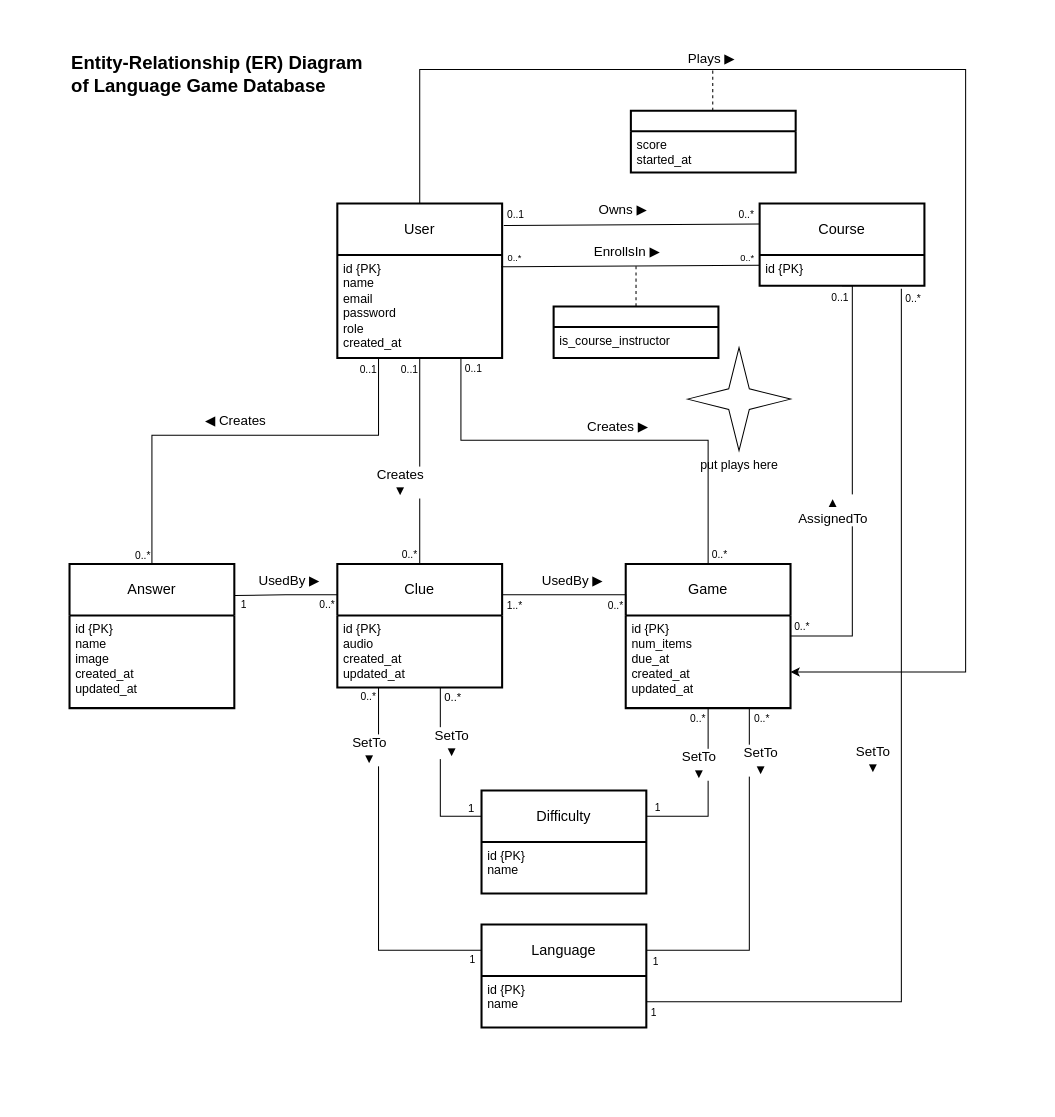
Earlier version of the draw.io diagram docs/system-design/db-design/ER-diagram.drawio (COSC-499-W2026/capstone-project-team-9). Source tidied: cells renumbered, new cells numbered last; positions are measured from the earlier drawing's top-left corner, leaving out a move shared by most shapes. Both pictures are drawn from the tidied source at 103%, with x=0, y=0 at pixel (18, 18).
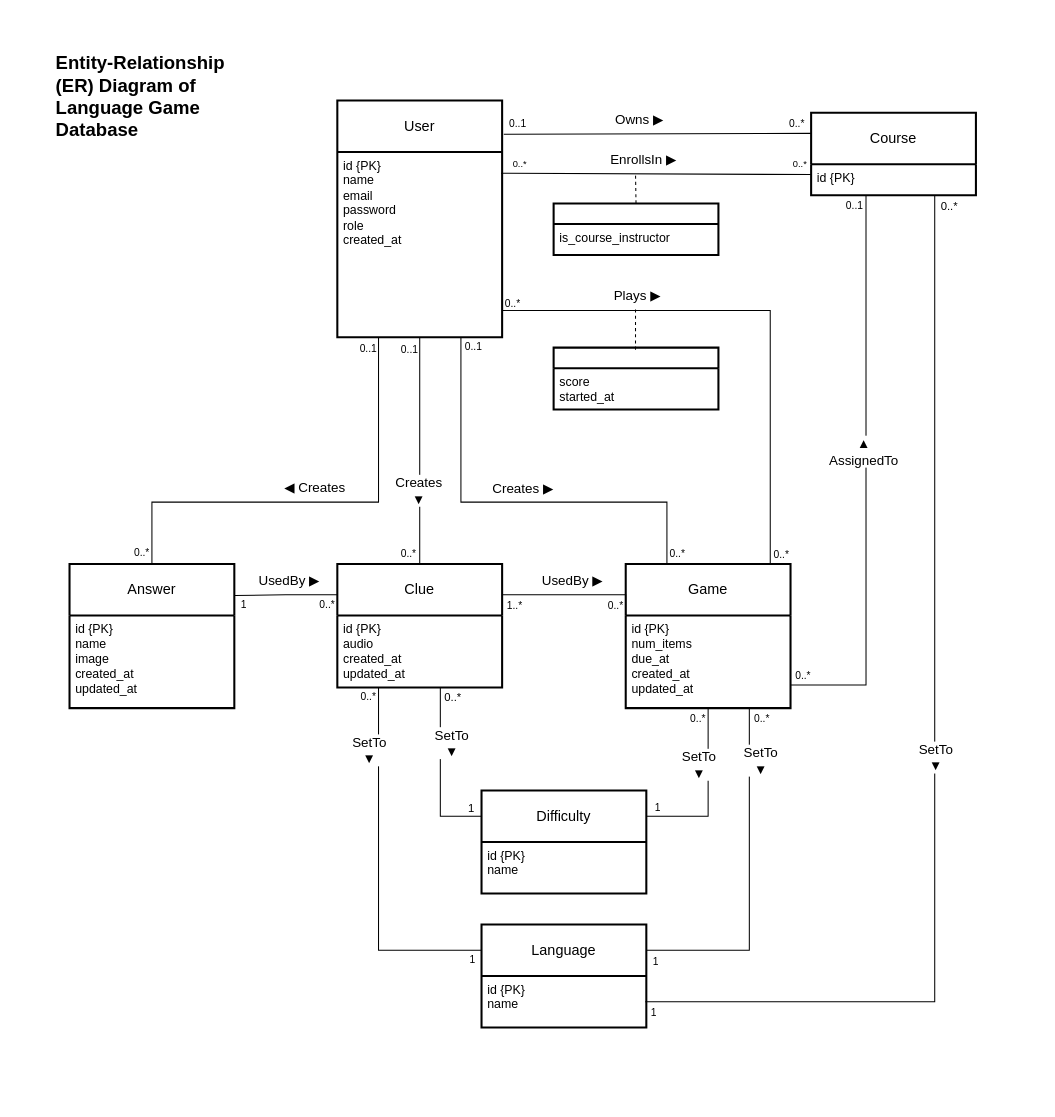
After the change.

Commit message:
Rearrange ER diagram to fit 'Plays' relationship in better

The change refers to these unchanged cells:
```xml
<mxCell id="3" style="edgeStyle=orthogonalEdgeStyle;rounded=0;jettySize=auto;html=1;exitX=0.5;exitY=1;exitDx=0;exitDy=0;entryX=0.5;entryY=0;entryDx=0;entryDy=0;libavoidRouting=1;endArrow=none;endFill=0;" parent="1" edge="1" source="9" target="19">
  <mxGeometry relative="1" as="geometry" />
</mxCell>
<mxCell id="12" value="id {PK}&lt;div&gt;&lt;br&gt;&lt;/div&gt;" style="align=left;strokeColor=none;fillColor=none;spacingLeft=4;spacingRight=4;fontSize=12;verticalAlign=top;html=1;whiteSpace=wrap;rounded=0;" parent="11" vertex="1">
  <mxGeometry y="50" width="160" height="30" as="geometry" />
</mxCell>
<mxCell id="13" value="Language" style="swimlane;horizontal=1;startSize=50;rounded=0;fontSize=14;fontStyle=0;strokeWidth=2;shadow=0;dashed=0;align=center;arcSize=4;whiteSpace=wrap;html=1;" parent="1" vertex="1">
  <mxGeometry x="450" y="880" width="160" height="100" as="geometry" />
</mxCell>
<mxCell id="17" value="Answer" style="swimlane;horizontal=1;startSize=50;rounded=0;fontSize=14;fontStyle=0;strokeWidth=2;shadow=0;dashed=0;align=center;arcSize=4;whiteSpace=wrap;html=1;" parent="1" vertex="1">
  <mxGeometry x="50" y="530" width="160" height="140" as="geometry" />
</mxCell>
<mxCell id="22" value="id {PK}&lt;div&gt;num_items&lt;br&gt;due_at&lt;/div&gt;&lt;div&gt;created_at&lt;/div&gt;&lt;div&gt;updated_at&lt;/div&gt;" style="align=left;strokeColor=none;fillColor=light-dark(transparent,#1A1A1A);spacingLeft=4;spacingRight=4;fontSize=12;verticalAlign=top;html=1;whiteSpace=wrap;rounded=0;" parent="21" vertex="1">
  <mxGeometry y="50" width="160" height="90" as="geometry" />
</mxCell>
<mxCell id="23" style="endArrow=none;html=1;rounded=0;exitX=0.993;exitY=0.115;exitDx=0;exitDy=0;entryX=0;entryY=0.75;entryDx=0;entryDy=0;exitPerimeter=0;" parent="1" edge="1" source="10" target="11">
  <mxGeometry relative="1" as="geometry" />
</mxCell>
<mxCell id="30" style="endArrow=none;html=1;rounded=0;exitX=1.01;exitY=0.143;exitDx=0;exitDy=0;entryX=0;entryY=0.25;entryDx=0;entryDy=0;exitPerimeter=0;" parent="1" edge="1" source="9" target="11">
  <mxGeometry relative="1" as="geometry" />
</mxCell>
```

What changed in the source:
```diff
@@
     <mxCell id="4" value="Creates&lt;div&gt;&lt;div&gt;▼&lt;/div&gt;&lt;/div&gt;" style="edgeLabel;html=1;align=center;verticalAlign=middle;fontSize=13;rounded=0;" parent="3" vertex="1">
       <mxGeometry x="-0.2" y="-1" relative="1" as="geometry">
-        <mxPoint x="-19" y="40" as="offset" />
+        <mxPoint x="-1" y="60" as="offset" />
       </mxGeometry>
     </mxCell>
@@
     <mxCell id="6" value="0..*" style="edgeLabel;html=1;align=center;verticalAlign=middle;fontSize=10;" parent="3" vertex="1">
       <mxGeometry x="-0.93" y="-1" relative="1" as="geometry">
-        <mxPoint x="-10" y="183" as="offset" />
+        <mxPoint x="-11" y="201" as="offset" />
       </mxGeometry>
     </mxCell>
-    <mxCell id="7" style="edgeStyle=orthogonalEdgeStyle;rounded=0;jettySize=auto;html=1;exitX=0.5;exitY=0;exitDx=0;exitDy=0;entryX=1;entryY=0.75;entryDx=0;entryDy=0;" parent="1" edge="1" source="9" target="21">
-      <mxGeometry x="0.21" relative="1" as="geometry">
+    <mxCell id="7" style="edgeStyle=orthogonalEdgeStyle;rounded=0;jettySize=auto;html=1;endArrow=none;endFill=0;libavoidRouting=1;exitX=1.002;exitY=0.855;exitDx=0;exitDy=0;exitPerimeter=0;entryX=0.877;entryY=-0.004;entryDx=0;entryDy=0;entryPerimeter=0;" parent="1" edge="1" source="10" target="21">
+      <mxGeometry x="0.34" relative="1" as="geometry">
         <Array as="points">
-          <mxPoint x="390" y="50" />
-          <mxPoint x="920" y="50" />
-          <mxPoint x="920" y="635" />
+          <mxPoint x="730.3" y="283.9" />
         </Array>
       </mxGeometry>
     </mxCell>
     <mxCell id="8" value="Plays ▶" style="edgeLabel;html=1;align=center;verticalAlign=middle;fontSize=13;" parent="7" vertex="1">
-      <mxGeometry x="-0.53" y="1" relative="1" as="geometry">
-        <mxPoint x="79" y="-11" as="offset" />
+      <mxGeometry x="0.18" y="1" relative="1" as="geometry">
+        <mxPoint x="-131" y="-53" as="offset" />
       </mxGeometry>
     </mxCell>
+    <mxCell id="79" value="0..*" style="edgeLabel;html=1;align=center;verticalAlign=middle;fontSize=10;" parent="7" vertex="1">
+      <mxGeometry x="-0.94" y="1" relative="1" as="geometry">
+        <mxPoint x="-6" y="-6" as="offset" />
+      </mxGeometry>
+    </mxCell>
+    <mxCell id="80" value="0..*" style="edgeLabel;html=1;align=center;verticalAlign=middle;fontSize=10;" parent="7" vertex="1">
+      <mxGeometry x="0.86" y="1" relative="1" as="geometry">
+        <mxPoint x="9" y="27" as="offset" />
+      </mxGeometry>
+    </mxCell>
     <mxCell id="9" value="User" style="swimlane;horizontal=1;startSize=50;rounded=0;fontSize=14;fontStyle=0;strokeWidth=2;shadow=0;dashed=0;align=center;arcSize=4;whiteSpace=wrap;html=1;" parent="1" vertex="1">
-      <mxGeometry x="310" y="180" width="160" height="150" as="geometry" />
+      <mxGeometry x="310" y="80" width="160" height="230" as="geometry" />
     </mxCell>
     <mxCell id="10" value="id {PK}&lt;br&gt;name&lt;br&gt;email&lt;div&gt;password&lt;br&gt;role&lt;/div&gt;&lt;div&gt;created_at&lt;/div&gt;" style="align=left;strokeColor=none;fillColor=none;spacingLeft=4;spacingRight=4;fontSize=12;verticalAlign=top;html=1;whiteSpace=wrap;rounded=0;" parent="9" vertex="1">
-      <mxGeometry y="50" width="160" height="100" as="geometry" />
+      <mxGeometry y="50" width="160" height="180" as="geometry" />
     </mxCell>
     <mxCell id="11" value="Course" style="swimlane;horizontal=1;startSize=50;rounded=0;fontSize=14;fontStyle=0;strokeWidth=2;shadow=0;dashed=0;align=center;arcSize=4;whiteSpace=wrap;html=1;" parent="1" vertex="1">
-      <mxGeometry x="720" y="180" width="160" height="80" as="geometry" />
+      <mxGeometry x="770" y="92" width="160" height="80" as="geometry" />
     </mxCell>
@@
-    <mxCell id="21" value="Game" style="swimlane;horizontal=1;startSize=50;rounded=0;fontSize=14;fontStyle=0;strokeWidth=2;shadow=0;dashed=0;align=center;arcSize=4;whiteSpace=wrap;html=1;" parent="1" vertex="1">
+    <mxCell id="21" value="Game" style="swimlane;horizontal=1;startSize=50;rounded=0;fontSize=14;fontStyle=0;strokeWidth=2;shadow=0;dashed=0;align=center;arcSize=4;whiteSpace=wrap;html=1;strokeColor=default;" parent="1" vertex="1">
       <mxGeometry x="590" y="530" width="160" height="140" as="geometry" />
     </mxCell>
@@
     <mxCell id="26" value="&lt;span style=&quot;font-size: 9px;&quot;&gt;0..*&lt;/span&gt;" style="edgeLabel;html=1;align=center;verticalAlign=middle;fontSize=10;" parent="23" vertex="1">
       <mxGeometry x="-0.81" relative="1" as="geometry">
-        <mxPoint x="215" y="-10" as="offset" />
+        <mxPoint x="261" y="-10" as="offset" />
       </mxGeometry>
     </mxCell>
-    <mxCell id="27" style="edgeStyle=orthogonalEdgeStyle;rounded=0;jettySize=auto;html=1;startArrow=none;startFill=0;endArrow=none;endFill=0;dashed=1;exitX=0.5;exitY=0;exitDx=0;exitDy=0;" parent="1" edge="1" source="28">
-      <mxGeometry relative="1" as="geometry">
-        <mxPoint x="600" y="240" as="targetPoint" />
-        <Array as="points">
-          <mxPoint x="600" y="240" />
-        </Array>
+    <mxCell id="27" style="edgeStyle=orthogonalEdgeStyle;rounded=0;jettySize=auto;html=1;startArrow=none;startFill=0;endArrow=none;endFill=0;dashed=1;exitX=0.5;exitY=0;exitDx=0;exitDy=0;startSize=6;" parent="1" edge="1" source="28">
+      <mxGeometry x="-0.47" relative="1" as="geometry">
+        <mxPoint x="599.5" y="150" as="targetPoint" />
       </mxGeometry>
     </mxCell>
     <mxCell id="28" style="swimlane;horizontal=1;startSize=20;rounded=0;fontSize=14;fontStyle=0;strokeWidth=2;shadow=0;dashed=0;align=center;arcSize=4;whiteSpace=wrap;html=1;" parent="1" vertex="1">
-      <mxGeometry x="520" y="280" width="160" height="50" as="geometry" />
+      <mxGeometry x="520" y="180" width="160" height="50" as="geometry" />
     </mxCell>
@@
     <mxCell id="33" value="0..*" style="edgeLabel;html=1;align=center;verticalAlign=middle;fontSize=10;" parent="30" vertex="1">
       <mxGeometry x="-0.91" relative="1" as="geometry">
-        <mxPoint x="224" y="-11" as="offset" />
+        <mxPoint x="271" y="-11" as="offset" />
       </mxGeometry>
     </mxCell>
-    <mxCell id="34" style="endArrow=none;html=1;rounded=0;entryX=1;entryY=0.75;entryDx=0;entryDy=0;edgeStyle=orthogonalEdgeStyle;libavoidRouting=1;exitX=0.86;exitY=1.091;exitDx=0;exitDy=0;exitPerimeter=0;" parent="1" edge="1" source="12" target="13">
-      <mxGeometry relative="1" as="geometry">
+    <mxCell id="34" style="endArrow=none;html=1;rounded=0;entryX=1;entryY=0.75;entryDx=0;entryDy=0;edgeStyle=orthogonalEdgeStyle;libavoidRouting=1;exitX=0.75;exitY=1;exitDx=0;exitDy=0;" parent="1" edge="1" source="11">
+      <mxGeometry x="0.01" relative="1" as="geometry">
+        <mxPoint x="609" y="955" as="targetPoint" />
         <Array as="points">
-          <mxPoint x="858" y="955" />
+          <mxPoint x="890" y="955" />
         </Array>
       </mxGeometry>
     </mxCell>
     <mxCell id="35" value="SetTo&lt;br&gt;▼" style="edgeLabel;html=1;align=center;verticalAlign=middle;fontSize=13;rounded=0;" parent="34" vertex="1">
-      <mxGeometry x="-0.35" y="-2" relative="1" as="geometry">
-        <mxPoint x="-26" y="152" as="offset" />
+      <mxGeometry x="-0.34" y="-2" relative="1" as="geometry">
+        <mxPoint x="2" y="194" as="offset" />
       </mxGeometry>
     </mxCell>
@@
-    <mxCell id="37" value="0..*" style="edgeLabel;html=1;align=center;verticalAlign=middle;fontSize=10;" parent="34" vertex="1">
-      <mxGeometry x="0.99" y="2" relative="1" as="geometry">
-        <mxPoint x="254" y="-686" as="offset" />
-      </mxGeometry>
-    </mxCell>
+    <mxCell id="81" value="0..*" style="edgeLabel;html=1;align=center;verticalAlign=middle;" parent="34" vertex="1">
+      <mxGeometry x="-0.94" y="2" relative="1" as="geometry">
+        <mxPoint x="11" y="-22" as="offset" />
+      </mxGeometry>
+    </mxCell>
@@
     <mxCell id="54" style="edgeStyle=orthogonalEdgeStyle;rounded=0;jettySize=auto;html=1;exitX=0.25;exitY=1;exitDx=0;exitDy=0;entryX=0.5;entryY=0;entryDx=0;entryDy=0;endArrow=none;endFill=0;" parent="1" edge="1" source="9" target="17">
       <mxGeometry relative="1" as="geometry">
         <Array as="points">
-          <mxPoint x="350" y="405" />
-          <mxPoint x="130" y="405" />
+          <mxPoint x="350" y="470" />
+          <mxPoint x="130" y="470" />
         </Array>
       </mxGeometry>
     </mxCell>
@@
     <mxCell id="57" value="0..*" style="edgeLabel;html=1;align=center;verticalAlign=middle;fontSize=10;" parent="54" vertex="1">
       <mxGeometry x="-0.95" y="-1" relative="1" as="geometry">
-        <mxPoint x="-229" y="180" as="offset" />
+        <mxPoint x="-230" y="197" as="offset" />
       </mxGeometry>
     </mxCell>
-    <mxCell id="58" style="edgeStyle=orthogonalEdgeStyle;rounded=0;jettySize=auto;html=1;endArrow=none;endFill=0;entryX=0.5;entryY=0;entryDx=0;entryDy=0;exitX=0.75;exitY=1;exitDx=0;exitDy=0;" parent="1" edge="1" source="9" target="21">
-      <mxGeometry relative="1" as="geometry">
+    <mxCell id="58" style="edgeStyle=orthogonalEdgeStyle;rounded=0;jettySize=auto;html=1;endArrow=none;endFill=0;entryX=0.25;entryY=0;entryDx=0;entryDy=0;exitX=0.75;exitY=1;exitDx=0;exitDy=0;" parent="1" edge="1" source="9" target="21">
+      <mxGeometry x="-0.08" relative="1" as="geometry">
         <Array as="points">
-          <mxPoint x="430" y="410" />
-          <mxPoint x="670" y="410" />
+          <mxPoint x="430" y="470" />
+          <mxPoint x="630" y="470" />
         </Array>
       </mxGeometry>
     </mxCell>
     <mxCell id="59" value="Creates ▶" style="edgeLabel;html=1;align=center;verticalAlign=middle;fontSize=13;rounded=0;" parent="58" vertex="1">
-      <mxGeometry x="-0.2" y="-1" relative="1" as="geometry">
-        <mxPoint x="55" y="-16" as="offset" />
+      <mxGeometry x="-0.26" y="-1" relative="1" as="geometry">
+        <mxPoint x="60" y="-9" as="offset" />
       </mxGeometry>
     </mxCell>
@@
     <mxCell id="61" value="0..*" style="edgeLabel;html=1;align=center;verticalAlign=middle;fontSize=10;" parent="58" vertex="1">
       <mxGeometry x="-0.96" relative="1" as="geometry">
-        <mxPoint x="250" y="181" as="offset" />
+        <mxPoint x="209" y="201" as="offset" />
       </mxGeometry>
     </mxCell>
@@
-    <mxCell id="70" style="endArrow=none;html=1;rounded=0;exitX=0.5;exitY=1;exitDx=0;exitDy=0;entryX=1;entryY=0.5;entryDx=0;entryDy=0;edgeStyle=orthogonalEdgeStyle;" parent="1" edge="1" source="11" target="21">
-      <mxGeometry relative="1" as="geometry">
+    <mxCell id="70" style="endArrow=none;html=1;rounded=0;entryX=1;entryY=0.75;entryDx=0;entryDy=0;edgeStyle=orthogonalEdgeStyle;libavoidRouting=1;endFill=0;exitX=0.333;exitY=1.022;exitDx=0;exitDy=0;exitPerimeter=0;" parent="1" edge="1" source="12" target="22">
+      <mxGeometry x="-0.14" relative="1" as="geometry">
         <Array as="points">
-          <mxPoint x="810" y="260" />
-          <mxPoint x="810" y="600" />
+          <mxPoint x="823.3" y="647.5" />
         </Array>
       </mxGeometry>
     </mxCell>
     <mxCell id="71" value="&lt;div&gt;▲&lt;/div&gt;AssignedTo" style="edgeLabel;html=1;align=center;verticalAlign=middle;fontSize=13;rounded=0;" parent="70" vertex="1">
-      <mxGeometry x="-0.35" y="-2" relative="1" as="geometry">
-        <mxPoint x="-18" y="94" as="offset" />
+      <mxGeometry x="-0.48" y="-2" relative="1" as="geometry">
+        <mxPoint x="-1" y="105" as="offset" />
       </mxGeometry>
     </mxCell>
     <mxCell id="72" value="0..*" style="edgeLabel;html=1;align=center;verticalAlign=middle;fontSize=10;" parent="70" vertex="1">
-      <mxGeometry x="0.94" relative="1" as="geometry">
-        <mxPoint x="-2" y="-10" as="offset" />
+      <mxGeometry x="0.77" relative="1" as="geometry">
+        <mxPoint x="-52" y="-10" as="offset" />
       </mxGeometry>
     </mxCell>
     <mxCell id="73" value="0..1" style="edgeLabel;html=1;align=center;verticalAlign=middle;fontSize=10;" parent="70" vertex="1">
-      <mxGeometry x="0.94" relative="1" as="geometry">
-        <mxPoint x="35" y="-330" as="offset" />
+      <mxGeometry x="0.77" relative="1" as="geometry">
+        <mxPoint x="-2" y="-466" as="offset" />
       </mxGeometry>
     </mxCell>
     <mxCell id="74" value="Entity-Relationship (ER) Diagram of Language Game Database" style="text;html=1;whiteSpace=wrap;strokeColor=none;fillColor=none;align=left;verticalAlign=middle;rounded=0;fontSize=18;fontStyle=1;" parent="1" vertex="1">
-      <mxGeometry x="50" y="40" width="290" height="30" as="geometry" />
+      <mxGeometry x="35" y="62" width="190" height="30" as="geometry" />
     </mxCell>
     <mxCell id="75" style="swimlane;horizontal=1;startSize=20;rounded=0;fontSize=14;fontStyle=0;strokeWidth=2;shadow=0;dashed=0;align=center;arcSize=4;whiteSpace=wrap;html=1;" parent="1" vertex="1">
-      <mxGeometry x="595" y="90" width="160" height="60" as="geometry" />
+      <mxGeometry x="520" y="320" width="160" height="60" as="geometry" />
     </mxCell>
@@
-    <mxCell id="77" style="edgeStyle=orthogonalEdgeStyle;rounded=0;orthogonalLoop=1;jettySize=auto;html=1;startArrow=none;startFill=0;endArrow=none;endFill=0;dashed=1;exitX=0.5;exitY=0;exitDx=0;exitDy=0;" parent="1" edge="1">
+    <mxCell id="77" style="rounded=0;orthogonalLoop=1;jettySize=auto;html=1;startArrow=none;startFill=0;endArrow=none;endFill=0;dashed=1;exitX=0.5;exitY=0;exitDx=0;exitDy=0;" parent="1" edge="1">
       <mxGeometry relative="1" as="geometry">
-        <mxPoint x="674.5" y="90" as="sourcePoint" />
-        <mxPoint x="674.5" y="50" as="targetPoint" />
-        <Array as="points">
-          <mxPoint x="674.5" y="50" />
-        </Array>
+        <mxPoint x="599.5" y="322" as="sourcePoint" />
+        <mxPoint x="599.5" y="281" as="targetPoint" />
       </mxGeometry>
     </mxCell>
-    <mxCell id="78" value="put plays here&lt;div&gt;&lt;br&gt;&lt;/div&gt;" style="verticalLabelPosition=bottom;verticalAlign=top;html=1;shape=mxgraph.basic.4_point_star_2;dx=0.8;" parent="1" vertex="1">
-      <mxGeometry x="650" y="320" width="100" height="100" as="geometry" />
-    </mxCell>
```
